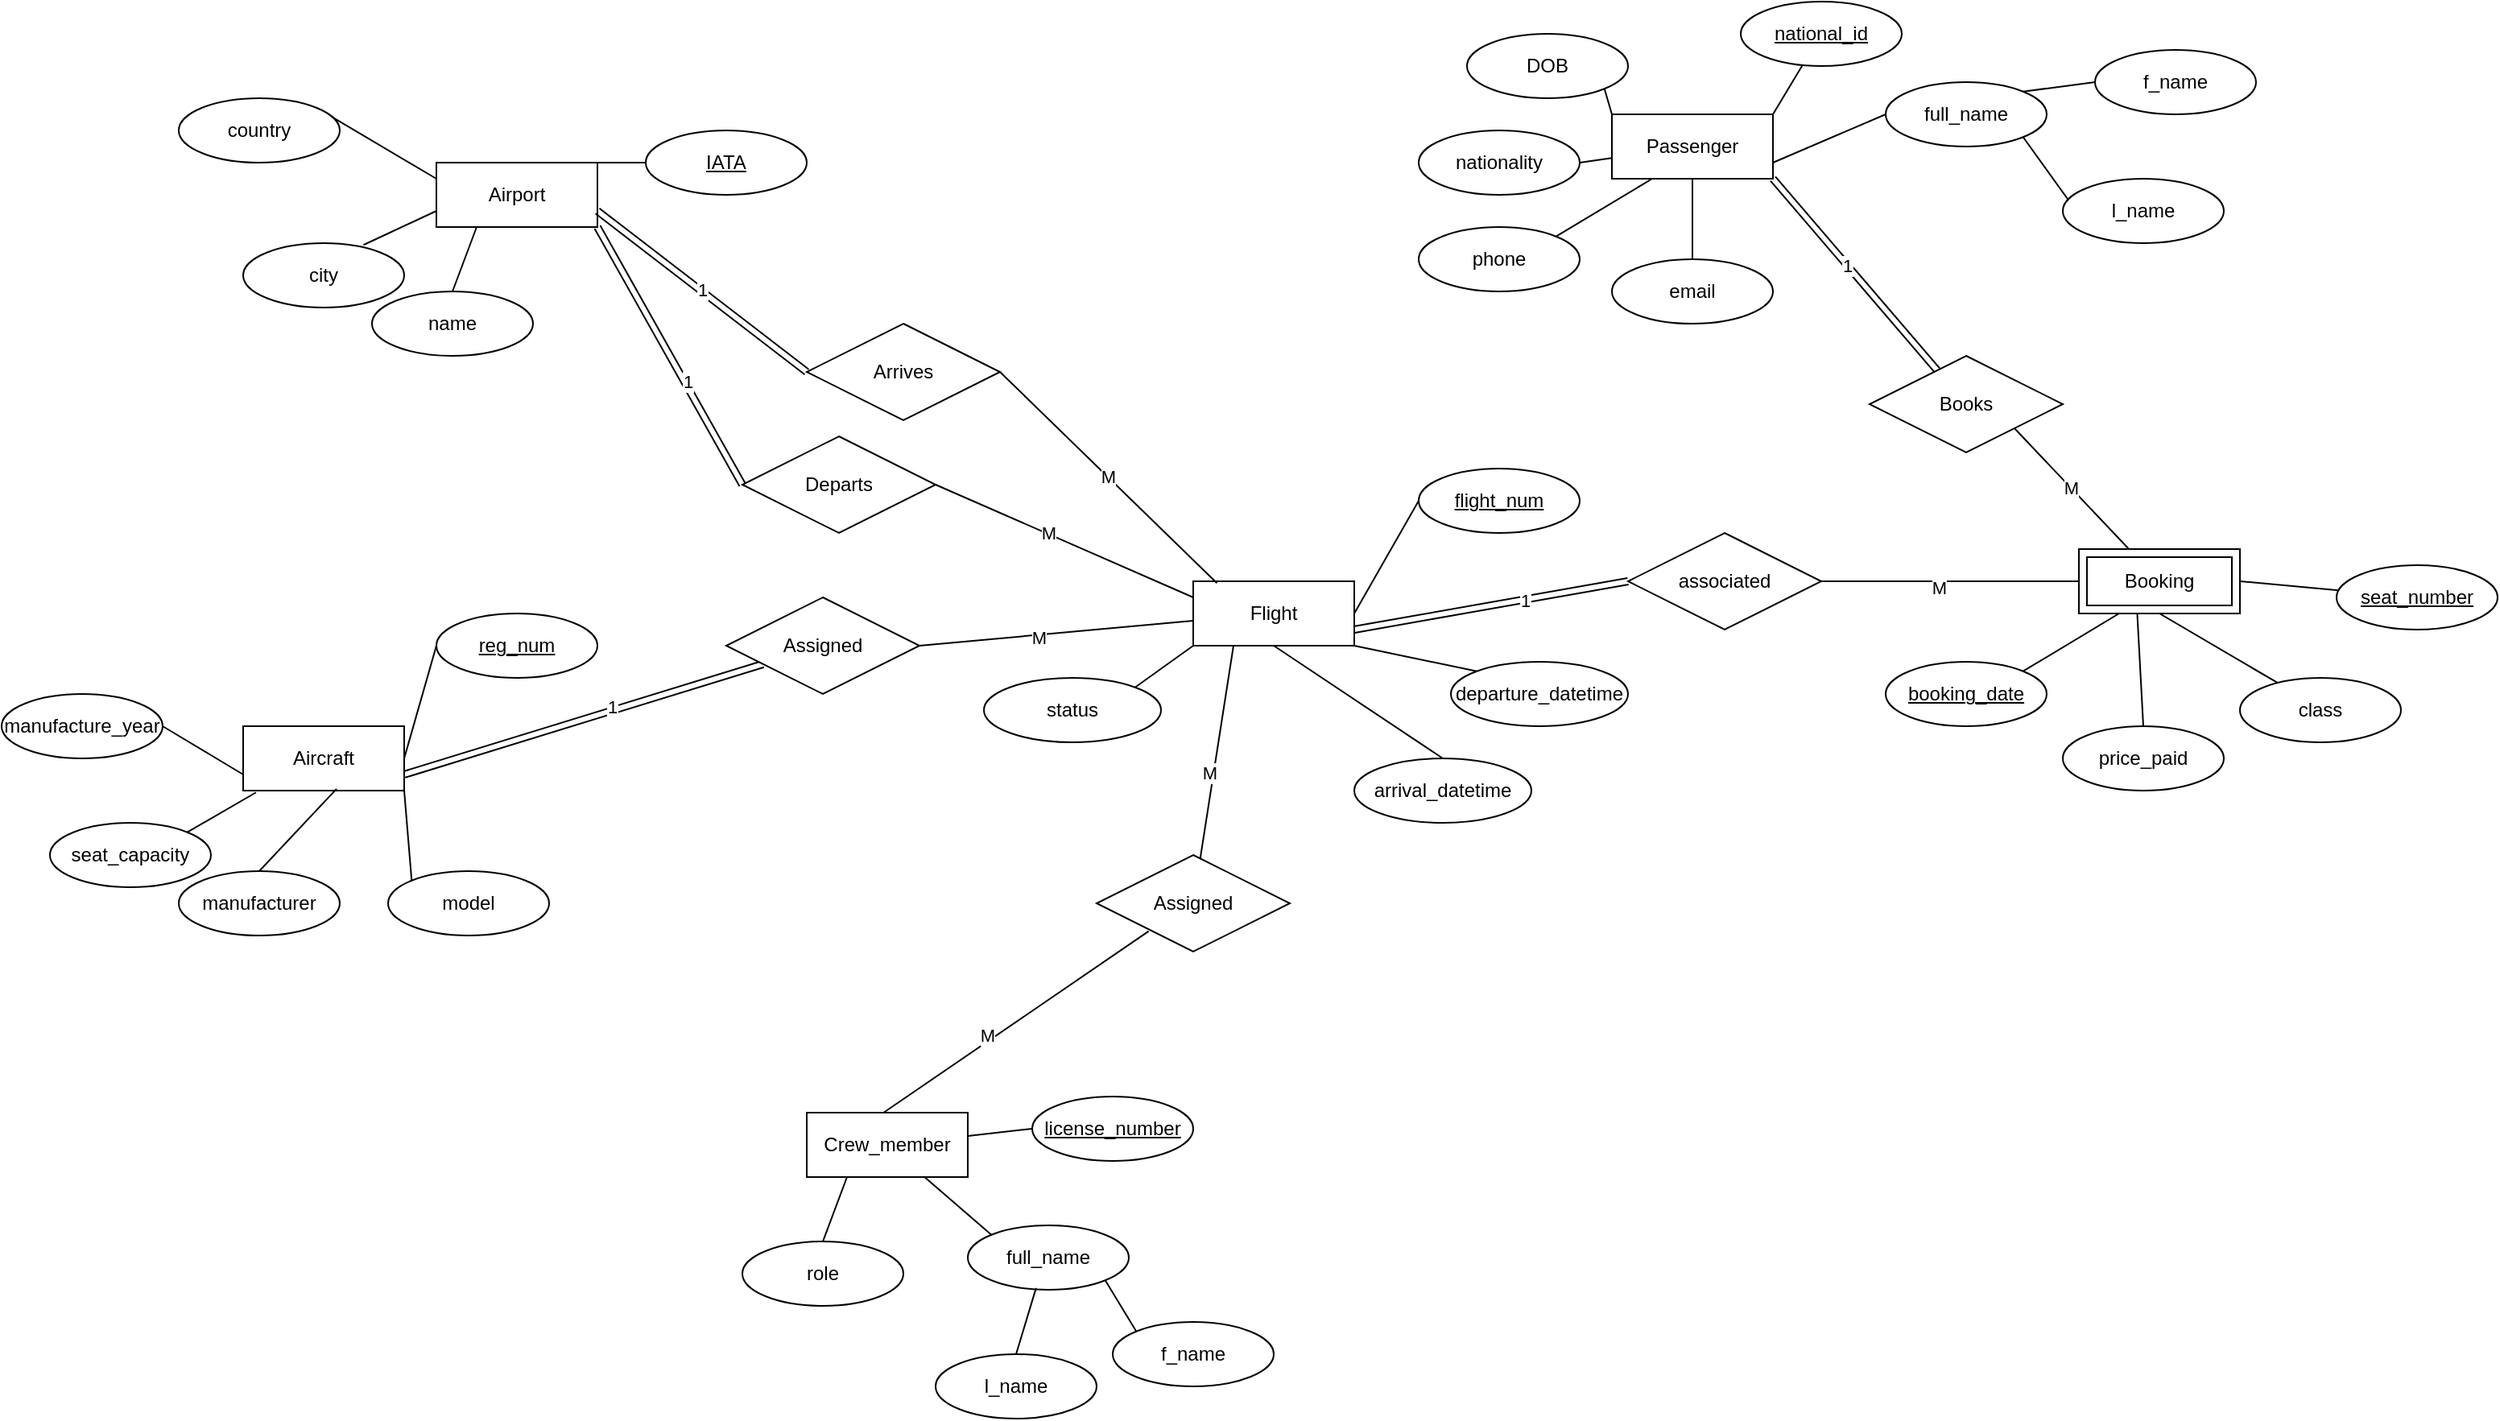
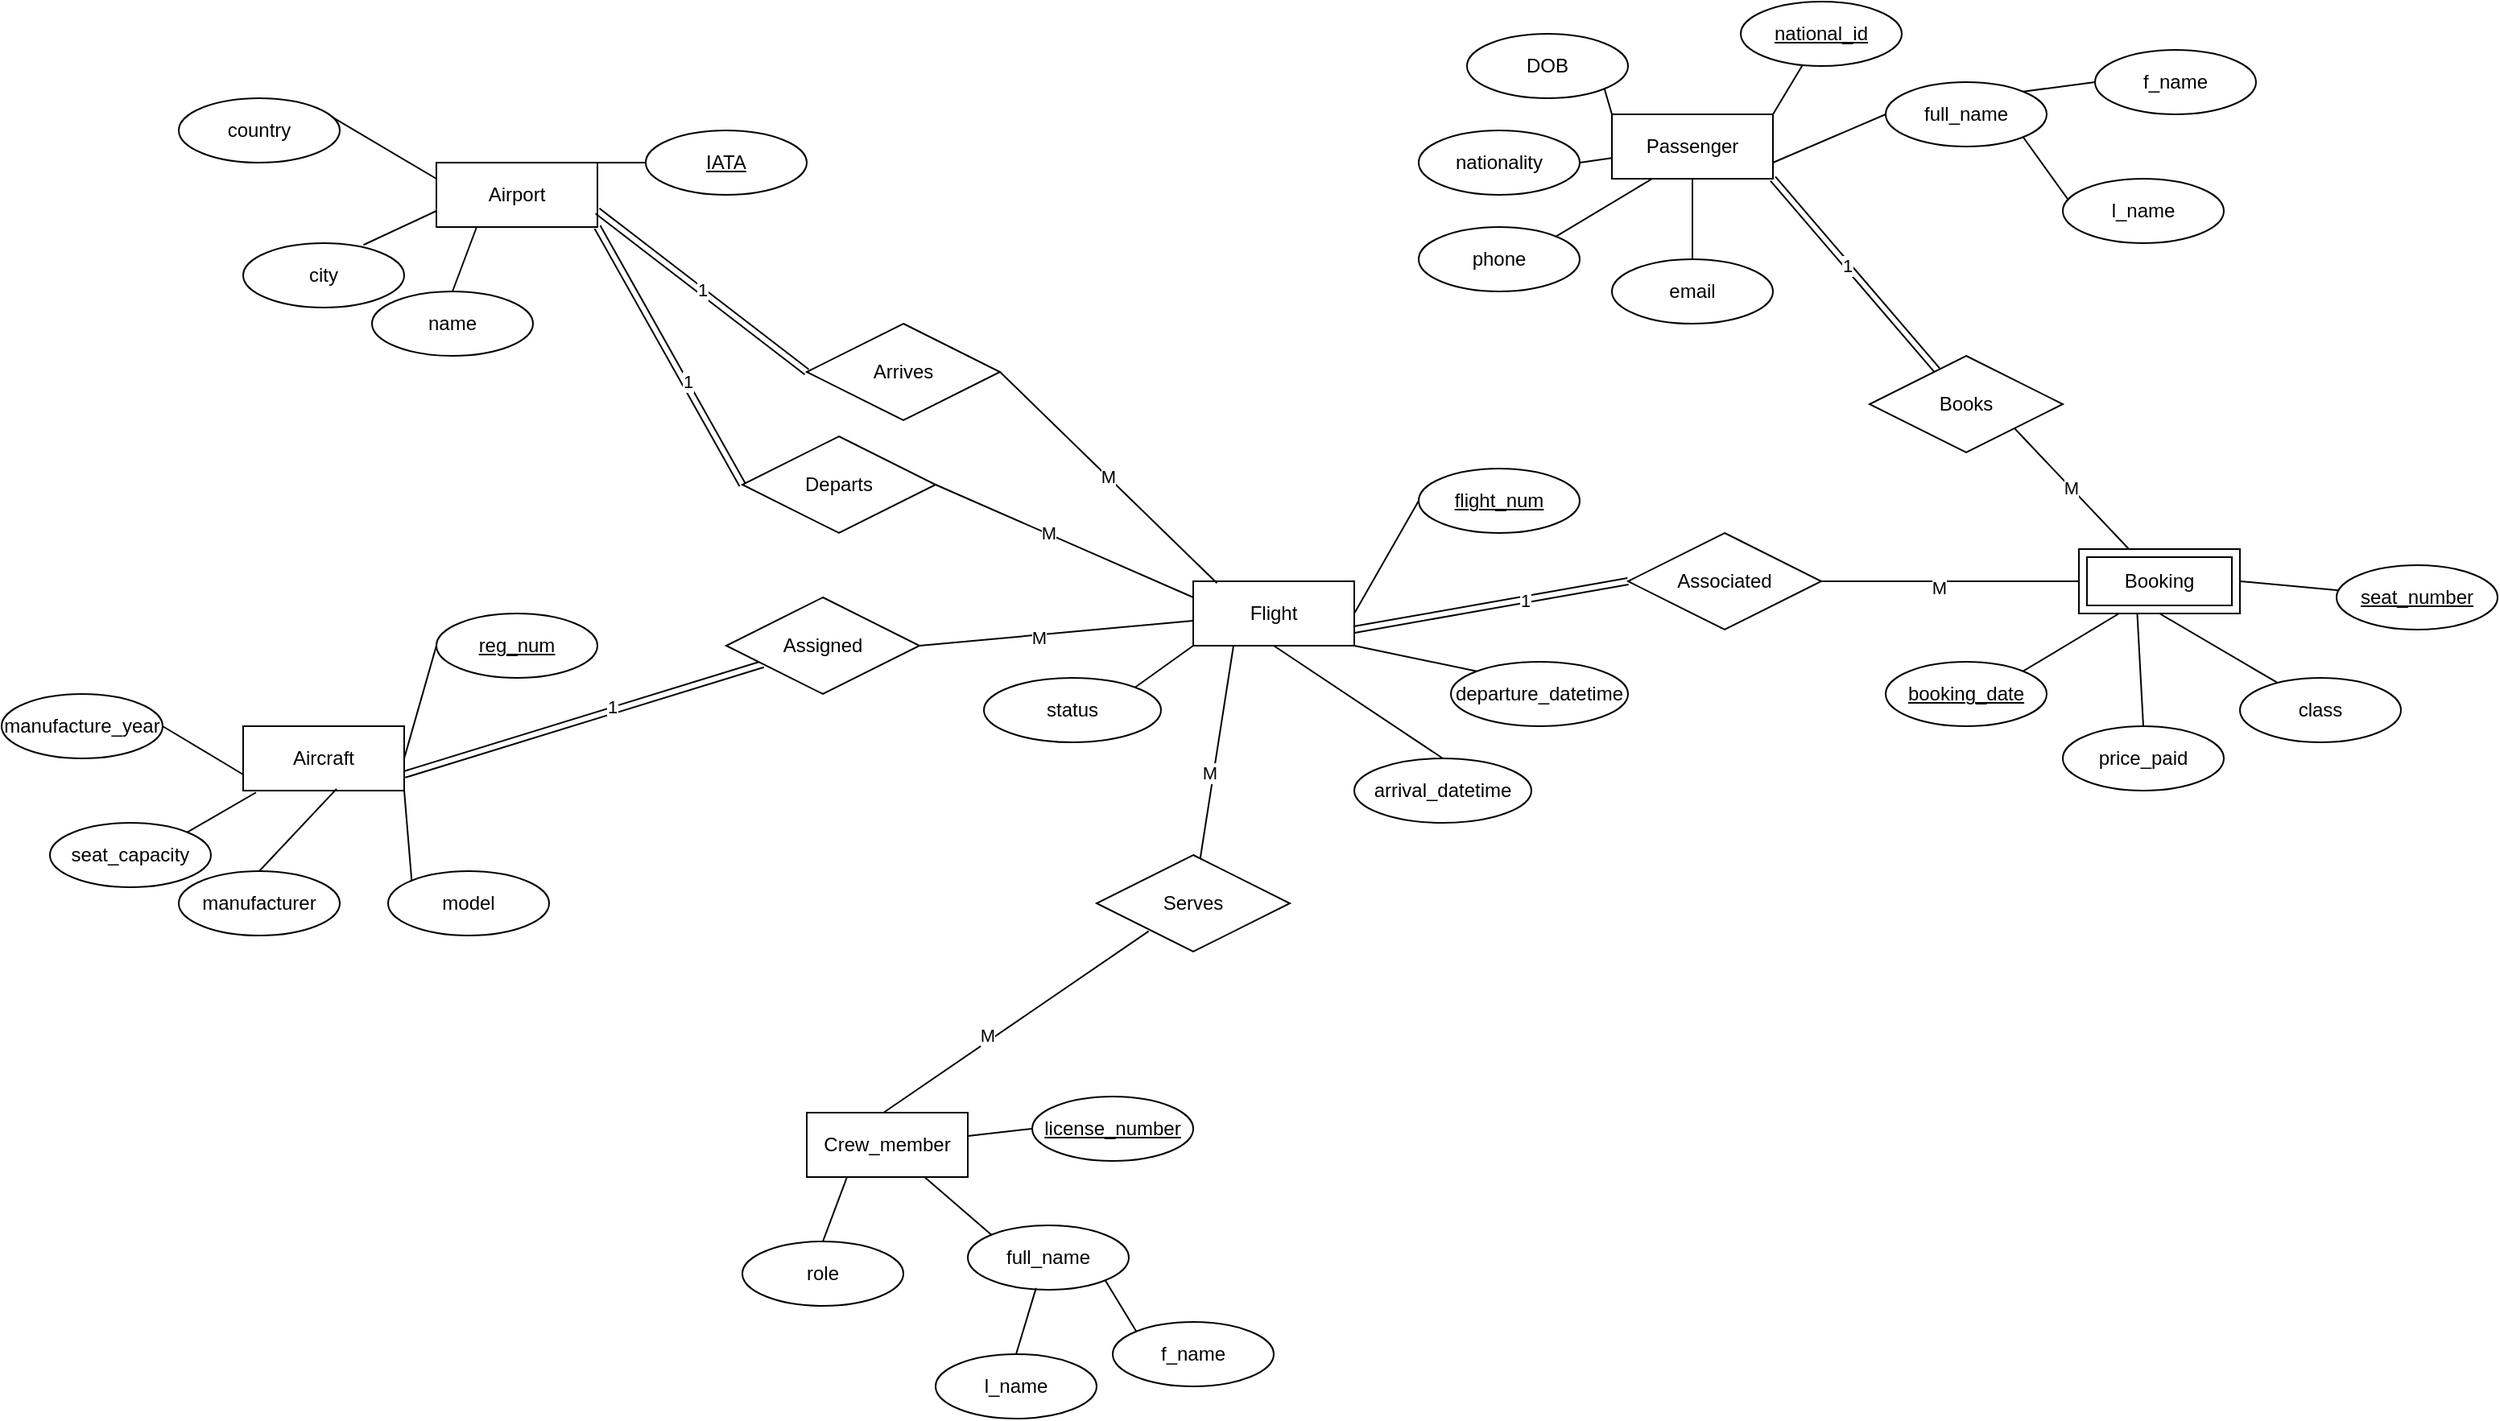
<mxfile host="app.diagrams.net">
  <diagram name="Page-1" id="9Ez2V5EcepmFkt350dfW">
    <mxGraphModel dx="1870" dy="1045" grid="1" gridSize="10" guides="1" tooltips="1" connect="1" arrows="1" fold="1" page="1" pageScale="1" pageWidth="850" pageHeight="1100" math="0" shadow="0">
      <root>
        <mxCell id="0" />
        <mxCell id="1" parent="0" />
        <mxCell id="-5EN979a6P4eX3SqTBvW-93" edge="1" parent="1" source="-5EN979a6P4eX3SqTBvW-1" style="edgeStyle=none;rounded=0;orthogonalLoop=1;jettySize=auto;html=1;exitX=0.25;exitY=1;exitDx=0;exitDy=0;endArrow=none;endFill=0;" target="-5EN979a6P4eX3SqTBvW-92">
          <mxGeometry relative="1" as="geometry" />
        </mxCell>
        <mxCell id="-5EN979a6P4eX3SqTBvW-102" connectable="0" parent="-5EN979a6P4eX3SqTBvW-93" style="edgeLabel;html=1;align=center;verticalAlign=middle;resizable=0;points=[];" value="M" vertex="1">
          <mxGeometry relative="1" x="0.1972" y="-3" as="geometry">
            <mxPoint as="offset" />
          </mxGeometry>
        </mxCell>
        <mxCell id="-5EN979a6P4eX3SqTBvW-96" edge="1" parent="1" source="-5EN979a6P4eX3SqTBvW-1" style="edgeStyle=none;rounded=0;orthogonalLoop=1;jettySize=auto;html=1;exitX=1;exitY=0.75;exitDx=0;exitDy=0;entryX=0;entryY=0.5;entryDx=0;entryDy=0;endArrow=none;endFill=0;shape=link;" target="-5EN979a6P4eX3SqTBvW-95">
          <mxGeometry relative="1" as="geometry" />
        </mxCell>
        <mxCell id="-5EN979a6P4eX3SqTBvW-104" connectable="0" parent="-5EN979a6P4eX3SqTBvW-96" style="edgeLabel;html=1;align=center;verticalAlign=middle;resizable=0;points=[];" value="1" vertex="1">
          <mxGeometry relative="1" x="0.2456" as="geometry">
            <mxPoint as="offset" />
          </mxGeometry>
        </mxCell>
        <mxCell id="-5EN979a6P4eX3SqTBvW-1" parent="1" style="whiteSpace=wrap;html=1;align=center;" value="Flight" vertex="1">
          <mxGeometry height="40" width="100" x="630" y="390" as="geometry" />
        </mxCell>
        <mxCell id="-5EN979a6P4eX3SqTBvW-80" edge="1" parent="1" source="-5EN979a6P4eX3SqTBvW-2" style="edgeStyle=none;rounded=0;orthogonalLoop=1;jettySize=auto;html=1;exitX=1;exitY=1;exitDx=0;exitDy=0;entryX=0;entryY=0.5;entryDx=0;entryDy=0;endArrow=none;endFill=0;shape=link;" target="-5EN979a6P4eX3SqTBvW-81">
          <mxGeometry relative="1" as="geometry">
            <mxPoint x="390" y="260" as="targetPoint" />
          </mxGeometry>
        </mxCell>
        <mxCell id="-5EN979a6P4eX3SqTBvW-91" connectable="0" parent="-5EN979a6P4eX3SqTBvW-80" style="edgeLabel;html=1;align=center;verticalAlign=middle;resizable=0;points=[];" value="1" vertex="1">
          <mxGeometry relative="1" x="0.208" y="2" as="geometry">
            <mxPoint as="offset" />
          </mxGeometry>
        </mxCell>
        <mxCell id="-5EN979a6P4eX3SqTBvW-2" parent="1" style="whiteSpace=wrap;html=1;align=center;" value="Airport" vertex="1">
          <mxGeometry height="40" width="100" x="160" y="130" as="geometry" />
        </mxCell>
        <mxCell id="-5EN979a6P4eX3SqTBvW-45" edge="1" parent="1" source="-5EN979a6P4eX3SqTBvW-4" style="edgeStyle=none;rounded=0;orthogonalLoop=1;jettySize=auto;html=1;exitX=1;exitY=0;exitDx=0;exitDy=0;endArrow=none;endFill=0;" target="-5EN979a6P4eX3SqTBvW-38">
          <mxGeometry relative="1" as="geometry" />
        </mxCell>
        <mxCell id="-5EN979a6P4eX3SqTBvW-46" edge="1" parent="1" source="-5EN979a6P4eX3SqTBvW-4" style="edgeStyle=none;rounded=0;orthogonalLoop=1;jettySize=auto;html=1;exitX=1;exitY=0.75;exitDx=0;exitDy=0;entryX=0;entryY=0.5;entryDx=0;entryDy=0;endArrow=none;endFill=0;" target="-5EN979a6P4eX3SqTBvW-40">
          <mxGeometry relative="1" as="geometry" />
        </mxCell>
        <mxCell id="-5EN979a6P4eX3SqTBvW-99" edge="1" parent="1" source="-5EN979a6P4eX3SqTBvW-4" style="edgeStyle=none;rounded=0;orthogonalLoop=1;jettySize=auto;html=1;exitX=1;exitY=1;exitDx=0;exitDy=0;endArrow=none;endFill=0;shape=link;" target="-5EN979a6P4eX3SqTBvW-98">
          <mxGeometry relative="1" as="geometry" />
        </mxCell>
        <mxCell id="-5EN979a6P4eX3SqTBvW-105" connectable="0" parent="-5EN979a6P4eX3SqTBvW-99" style="edgeLabel;html=1;align=center;verticalAlign=middle;resizable=0;points=[];" value="1" vertex="1">
          <mxGeometry relative="1" x="-0.1035" as="geometry">
            <mxPoint as="offset" />
          </mxGeometry>
        </mxCell>
        <mxCell id="-5EN979a6P4eX3SqTBvW-4" parent="1" style="whiteSpace=wrap;html=1;align=center;" value="Passenger" vertex="1">
          <mxGeometry height="40" width="100" x="890" y="100" as="geometry" />
        </mxCell>
        <mxCell id="-5EN979a6P4eX3SqTBvW-77" edge="1" parent="1" source="-5EN979a6P4eX3SqTBvW-5" style="edgeStyle=none;rounded=0;orthogonalLoop=1;jettySize=auto;html=1;exitX=1;exitY=0.75;exitDx=0;exitDy=0;endArrow=none;endFill=0;shape=link;" target="-5EN979a6P4eX3SqTBvW-78">
          <mxGeometry relative="1" as="geometry">
            <mxPoint x="340" y="390" as="targetPoint" />
          </mxGeometry>
        </mxCell>
        <mxCell id="-5EN979a6P4eX3SqTBvW-84" connectable="0" parent="-5EN979a6P4eX3SqTBvW-77" style="edgeLabel;html=1;align=center;verticalAlign=middle;resizable=0;points=[];" value="1" vertex="1">
          <mxGeometry relative="1" x="0.1609" y="3" as="geometry">
            <mxPoint as="offset" />
          </mxGeometry>
        </mxCell>
        <mxCell id="-5EN979a6P4eX3SqTBvW-5" parent="1" style="whiteSpace=wrap;html=1;align=center;" value="Aircraft" vertex="1">
          <mxGeometry height="40" width="100" x="40" y="480" as="geometry" />
        </mxCell>
        <mxCell id="-5EN979a6P4eX3SqTBvW-6" parent="1" style="whiteSpace=wrap;html=1;align=center;" value="Crew_m&lt;span style=&quot;background-color: transparent; color: light-dark(rgb(0, 0, 0), rgb(255, 255, 255));&quot;&gt;ember&lt;/span&gt;" vertex="1">
          <mxGeometry height="40" width="100" x="390" y="720" as="geometry" />
        </mxCell>
        <mxCell id="-5EN979a6P4eX3SqTBvW-14" edge="1" parent="1" source="-5EN979a6P4eX3SqTBvW-7" style="rounded=0;orthogonalLoop=1;jettySize=auto;html=1;exitX=0;exitY=0.5;exitDx=0;exitDy=0;entryX=1;entryY=0;entryDx=0;entryDy=0;endArrow=none;endFill=0;" target="-5EN979a6P4eX3SqTBvW-2">
          <mxGeometry relative="1" as="geometry" />
        </mxCell>
        <mxCell id="-5EN979a6P4eX3SqTBvW-7" parent="1" style="ellipse;whiteSpace=wrap;html=1;align=center;fontStyle=4;" value="IATA" vertex="1">
          <mxGeometry height="40" width="100" x="290" y="110" as="geometry" />
        </mxCell>
        <mxCell id="-5EN979a6P4eX3SqTBvW-13" edge="1" parent="1" source="-5EN979a6P4eX3SqTBvW-8" style="rounded=0;orthogonalLoop=1;jettySize=auto;html=1;exitX=0.5;exitY=0;exitDx=0;exitDy=0;endArrow=none;endFill=0;entryX=0.25;entryY=1;entryDx=0;entryDy=0;" target="-5EN979a6P4eX3SqTBvW-2">
          <mxGeometry relative="1" as="geometry">
            <mxPoint x="190" y="180" as="targetPoint" />
          </mxGeometry>
        </mxCell>
        <mxCell id="-5EN979a6P4eX3SqTBvW-8" parent="1" style="ellipse;whiteSpace=wrap;html=1;align=center;" value="name" vertex="1">
          <mxGeometry height="40" width="100" x="120" y="210" as="geometry" />
        </mxCell>
        <mxCell id="-5EN979a6P4eX3SqTBvW-9" parent="1" style="ellipse;whiteSpace=wrap;html=1;align=center;" value="city" vertex="1">
          <mxGeometry height="40" width="100" x="40" y="180" as="geometry" />
        </mxCell>
        <mxCell id="-5EN979a6P4eX3SqTBvW-11" edge="1" parent="1" source="-5EN979a6P4eX3SqTBvW-10" style="rounded=0;orthogonalLoop=1;jettySize=auto;html=1;exitX=1;exitY=0;exitDx=0;exitDy=0;entryX=0;entryY=0.25;entryDx=0;entryDy=0;endArrow=none;endFill=0;" target="-5EN979a6P4eX3SqTBvW-2">
          <mxGeometry relative="1" as="geometry" />
        </mxCell>
        <mxCell id="-5EN979a6P4eX3SqTBvW-10" parent="1" style="ellipse;whiteSpace=wrap;html=1;align=center;" value="country" vertex="1">
          <mxGeometry height="40" width="100" y="90" as="geometry" />
        </mxCell>
        <mxCell id="-5EN979a6P4eX3SqTBvW-12" edge="1" parent="1" source="-5EN979a6P4eX3SqTBvW-9" style="rounded=0;orthogonalLoop=1;jettySize=auto;html=1;entryX=0;entryY=0.75;entryDx=0;entryDy=0;endArrow=none;endFill=0;exitX=0.747;exitY=0.028;exitDx=0;exitDy=0;exitPerimeter=0;" target="-5EN979a6P4eX3SqTBvW-2">
          <mxGeometry relative="1" as="geometry">
            <mxPoint x="120" y="186" as="sourcePoint" />
          </mxGeometry>
        </mxCell>
        <mxCell id="-5EN979a6P4eX3SqTBvW-26" edge="1" parent="1" source="-5EN979a6P4eX3SqTBvW-15" style="edgeStyle=none;rounded=0;orthogonalLoop=1;jettySize=auto;html=1;exitX=0;exitY=0.5;exitDx=0;exitDy=0;entryX=1;entryY=0.5;entryDx=0;entryDy=0;endArrow=none;endFill=0;" target="-5EN979a6P4eX3SqTBvW-5">
          <mxGeometry relative="1" as="geometry" />
        </mxCell>
        <mxCell id="-5EN979a6P4eX3SqTBvW-15" parent="1" style="ellipse;whiteSpace=wrap;html=1;align=center;fontStyle=4;" value="reg_num" vertex="1">
          <mxGeometry height="40" width="100" x="160" y="410" as="geometry" />
        </mxCell>
        <mxCell id="-5EN979a6P4eX3SqTBvW-25" edge="1" parent="1" source="-5EN979a6P4eX3SqTBvW-17" style="edgeStyle=none;rounded=0;orthogonalLoop=1;jettySize=auto;html=1;exitX=0;exitY=0;exitDx=0;exitDy=0;entryX=1;entryY=1;entryDx=0;entryDy=0;endArrow=none;endFill=0;" target="-5EN979a6P4eX3SqTBvW-5">
          <mxGeometry relative="1" as="geometry" />
        </mxCell>
        <mxCell id="-5EN979a6P4eX3SqTBvW-17" parent="1" style="ellipse;whiteSpace=wrap;html=1;align=center;" value="model" vertex="1">
          <mxGeometry height="40" width="100" x="130" y="570" as="geometry" />
        </mxCell>
        <mxCell id="-5EN979a6P4eX3SqTBvW-18" parent="1" style="ellipse;whiteSpace=wrap;html=1;align=center;" value="manufacturer" vertex="1">
          <mxGeometry height="40" width="100" y="570" as="geometry" />
        </mxCell>
        <mxCell id="-5EN979a6P4eX3SqTBvW-19" parent="1" style="ellipse;whiteSpace=wrap;html=1;align=center;" value="seat&lt;span style=&quot;background-color: transparent; color: light-dark(rgb(0, 0, 0), rgb(255, 255, 255));&quot;&gt;_capacity&lt;/span&gt;" vertex="1">
          <mxGeometry height="40" width="100" x="-80" y="540" as="geometry" />
        </mxCell>
        <mxCell id="-5EN979a6P4eX3SqTBvW-22" edge="1" parent="1" source="-5EN979a6P4eX3SqTBvW-20" style="edgeStyle=none;rounded=0;orthogonalLoop=1;jettySize=auto;html=1;exitX=1;exitY=0.5;exitDx=0;exitDy=0;entryX=0;entryY=0.75;entryDx=0;entryDy=0;endArrow=none;endFill=0;" target="-5EN979a6P4eX3SqTBvW-5">
          <mxGeometry relative="1" as="geometry" />
        </mxCell>
        <mxCell id="-5EN979a6P4eX3SqTBvW-20" parent="1" style="ellipse;whiteSpace=wrap;html=1;align=center;" value="manufacture_year" vertex="1">
          <mxGeometry height="40" width="100" x="-110" y="460" as="geometry" />
        </mxCell>
        <mxCell id="-5EN979a6P4eX3SqTBvW-24" edge="1" parent="1" source="-5EN979a6P4eX3SqTBvW-18" style="edgeStyle=none;rounded=0;orthogonalLoop=1;jettySize=auto;html=1;exitX=0.5;exitY=0;exitDx=0;exitDy=0;entryX=0.58;entryY=0.973;entryDx=0;entryDy=0;entryPerimeter=0;endArrow=none;endFill=0;" target="-5EN979a6P4eX3SqTBvW-5">
          <mxGeometry relative="1" as="geometry" />
        </mxCell>
        <mxCell id="-5EN979a6P4eX3SqTBvW-36" edge="1" parent="1" source="-5EN979a6P4eX3SqTBvW-27" style="edgeStyle=none;rounded=0;orthogonalLoop=1;jettySize=auto;html=1;exitX=0;exitY=0.5;exitDx=0;exitDy=0;entryX=1;entryY=0.5;entryDx=0;entryDy=0;endArrow=none;endFill=0;" target="-5EN979a6P4eX3SqTBvW-1">
          <mxGeometry relative="1" as="geometry" />
        </mxCell>
        <mxCell id="-5EN979a6P4eX3SqTBvW-27" parent="1" style="ellipse;whiteSpace=wrap;html=1;align=center;fontStyle=4;" value="flight_num" vertex="1">
          <mxGeometry height="40" width="100" x="770" y="320" as="geometry" />
        </mxCell>
        <mxCell id="-5EN979a6P4eX3SqTBvW-35" edge="1" parent="1" source="-5EN979a6P4eX3SqTBvW-28" style="edgeStyle=none;rounded=0;orthogonalLoop=1;jettySize=auto;html=1;exitX=0;exitY=0;exitDx=0;exitDy=0;entryX=1;entryY=1;entryDx=0;entryDy=0;endArrow=none;endFill=0;" target="-5EN979a6P4eX3SqTBvW-1">
          <mxGeometry relative="1" as="geometry" />
        </mxCell>
        <mxCell id="-5EN979a6P4eX3SqTBvW-28" parent="1" style="ellipse;whiteSpace=wrap;html=1;align=center;" value="departure_datetime" vertex="1">
          <mxGeometry height="40" width="110" x="790" y="440" as="geometry" />
        </mxCell>
        <mxCell id="-5EN979a6P4eX3SqTBvW-29" parent="1" style="ellipse;whiteSpace=wrap;html=1;align=center;" value="arrival_datetime" vertex="1">
          <mxGeometry height="40" width="110" x="730" y="500" as="geometry" />
        </mxCell>
        <mxCell id="-5EN979a6P4eX3SqTBvW-32" edge="1" parent="1" source="-5EN979a6P4eX3SqTBvW-30" style="edgeStyle=none;rounded=0;orthogonalLoop=1;jettySize=auto;html=1;exitX=1;exitY=0;exitDx=0;exitDy=0;entryX=0;entryY=1;entryDx=0;entryDy=0;endArrow=none;endFill=0;" target="-5EN979a6P4eX3SqTBvW-1">
          <mxGeometry relative="1" as="geometry" />
        </mxCell>
        <mxCell id="-5EN979a6P4eX3SqTBvW-30" parent="1" style="ellipse;whiteSpace=wrap;html=1;align=center;" value="status" vertex="1">
          <mxGeometry height="40" width="110" x="500" y="450" as="geometry" />
        </mxCell>
        <mxCell id="-5EN979a6P4eX3SqTBvW-31" edge="1" parent="1" source="-5EN979a6P4eX3SqTBvW-30" style="edgeStyle=none;rounded=0;orthogonalLoop=1;jettySize=auto;html=1;exitX=1;exitY=1;exitDx=0;exitDy=0;" target="-5EN979a6P4eX3SqTBvW-30">
          <mxGeometry relative="1" as="geometry" />
        </mxCell>
        <mxCell id="-5EN979a6P4eX3SqTBvW-33" edge="1" parent="1" source="-5EN979a6P4eX3SqTBvW-19" style="edgeStyle=none;rounded=0;orthogonalLoop=1;jettySize=auto;html=1;exitX=1;exitY=0;exitDx=0;exitDy=0;entryX=0.08;entryY=1.028;entryDx=0;entryDy=0;entryPerimeter=0;endArrow=none;endFill=0;" target="-5EN979a6P4eX3SqTBvW-5">
          <mxGeometry relative="1" as="geometry" />
        </mxCell>
        <mxCell id="-5EN979a6P4eX3SqTBvW-34" edge="1" parent="1" source="-5EN979a6P4eX3SqTBvW-29" style="edgeStyle=none;rounded=0;orthogonalLoop=1;jettySize=auto;html=1;exitX=0.5;exitY=0;exitDx=0;exitDy=0;endArrow=none;endFill=0;entryX=0.5;entryY=1;entryDx=0;entryDy=0;" target="-5EN979a6P4eX3SqTBvW-1">
          <mxGeometry relative="1" as="geometry">
            <mxPoint x="670" y="450" as="targetPoint" />
          </mxGeometry>
        </mxCell>
        <mxCell id="-5EN979a6P4eX3SqTBvW-38" parent="1" style="ellipse;whiteSpace=wrap;html=1;align=center;fontStyle=4;" value="national_id" vertex="1">
          <mxGeometry height="40" width="100" x="970" y="30" as="geometry" />
        </mxCell>
        <mxCell id="-5EN979a6P4eX3SqTBvW-71" edge="1" parent="1" source="-5EN979a6P4eX3SqTBvW-40" style="edgeStyle=none;rounded=0;orthogonalLoop=1;jettySize=auto;html=1;exitX=1;exitY=0;exitDx=0;exitDy=0;entryX=0;entryY=0.5;entryDx=0;entryDy=0;endArrow=none;endFill=0;" target="-5EN979a6P4eX3SqTBvW-70">
          <mxGeometry relative="1" as="geometry" />
        </mxCell>
        <mxCell id="-5EN979a6P4eX3SqTBvW-40" parent="1" style="ellipse;whiteSpace=wrap;html=1;align=center;" value="full_name" vertex="1">
          <mxGeometry height="40" width="100" x="1060" y="80" as="geometry" />
        </mxCell>
        <mxCell id="-5EN979a6P4eX3SqTBvW-41" parent="1" style="ellipse;whiteSpace=wrap;html=1;align=center;" value="email" vertex="1">
          <mxGeometry height="40" width="100" x="890" y="190" as="geometry" />
        </mxCell>
        <mxCell id="-5EN979a6P4eX3SqTBvW-49" edge="1" parent="1" source="-5EN979a6P4eX3SqTBvW-42" style="edgeStyle=none;rounded=0;orthogonalLoop=1;jettySize=auto;html=1;exitX=1;exitY=0.5;exitDx=0;exitDy=0;endArrow=none;endFill=0;" target="-5EN979a6P4eX3SqTBvW-4">
          <mxGeometry relative="1" as="geometry" />
        </mxCell>
        <mxCell id="-5EN979a6P4eX3SqTBvW-42" parent="1" style="ellipse;whiteSpace=wrap;html=1;align=center;" value="nationality" vertex="1">
          <mxGeometry height="40" width="100" x="770" y="110" as="geometry" />
        </mxCell>
        <mxCell id="-5EN979a6P4eX3SqTBvW-48" edge="1" parent="1" source="-5EN979a6P4eX3SqTBvW-43" style="edgeStyle=none;rounded=0;orthogonalLoop=1;jettySize=auto;html=1;exitX=1;exitY=0;exitDx=0;exitDy=0;entryX=0.25;entryY=1;entryDx=0;entryDy=0;endArrow=none;endFill=0;" target="-5EN979a6P4eX3SqTBvW-4">
          <mxGeometry relative="1" as="geometry" />
        </mxCell>
        <mxCell id="-5EN979a6P4eX3SqTBvW-43" parent="1" style="ellipse;whiteSpace=wrap;html=1;align=center;" value="phone" vertex="1">
          <mxGeometry height="40" width="100" x="770" y="170" as="geometry" />
        </mxCell>
        <mxCell id="-5EN979a6P4eX3SqTBvW-50" edge="1" parent="1" source="-5EN979a6P4eX3SqTBvW-44" style="edgeStyle=none;rounded=0;orthogonalLoop=1;jettySize=auto;html=1;exitX=1;exitY=1;exitDx=0;exitDy=0;entryX=0;entryY=0;entryDx=0;entryDy=0;endArrow=none;endFill=0;" target="-5EN979a6P4eX3SqTBvW-4">
          <mxGeometry relative="1" as="geometry" />
        </mxCell>
        <mxCell id="-5EN979a6P4eX3SqTBvW-44" parent="1" style="ellipse;whiteSpace=wrap;html=1;align=center;" value="DOB" vertex="1">
          <mxGeometry height="40" width="100" x="800" y="50" as="geometry" />
        </mxCell>
        <mxCell id="-5EN979a6P4eX3SqTBvW-47" edge="1" parent="1" source="-5EN979a6P4eX3SqTBvW-4" style="edgeStyle=none;rounded=0;orthogonalLoop=1;jettySize=auto;html=1;exitX=0.5;exitY=1;exitDx=0;exitDy=0;endArrow=none;endFill=0;entryX=0.5;entryY=0;entryDx=0;entryDy=0;" target="-5EN979a6P4eX3SqTBvW-41">
          <mxGeometry relative="1" as="geometry">
            <mxPoint x="960" y="180" as="targetPoint" />
          </mxGeometry>
        </mxCell>
        <mxCell id="-5EN979a6P4eX3SqTBvW-56" edge="1" parent="1" source="-5EN979a6P4eX3SqTBvW-112" style="edgeStyle=none;rounded=0;orthogonalLoop=1;jettySize=auto;html=1;endArrow=none;endFill=0;entryX=1;entryY=0.5;entryDx=0;entryDy=0;" target="-5EN979a6P4eX3SqTBvW-111">
          <mxGeometry relative="1" as="geometry">
            <mxPoint x="1320" y="390" as="sourcePoint" />
            <mxPoint x="1270" y="390" as="targetPoint" />
          </mxGeometry>
        </mxCell>
        <mxCell id="-5EN979a6P4eX3SqTBvW-57" edge="1" parent="1" source="-5EN979a6P4eX3SqTBvW-52" style="edgeStyle=none;rounded=0;orthogonalLoop=1;jettySize=auto;html=1;exitX=0.258;exitY=0.112;exitDx=0;exitDy=0;exitPerimeter=0;endArrow=none;endFill=0;entryX=0.5;entryY=1;entryDx=0;entryDy=0;" target="-5EN979a6P4eX3SqTBvW-111">
          <mxGeometry relative="1" as="geometry">
            <mxPoint x="1256" y="410" as="targetPoint" />
          </mxGeometry>
        </mxCell>
        <mxCell id="-5EN979a6P4eX3SqTBvW-52" parent="1" style="ellipse;whiteSpace=wrap;html=1;align=center;" value="class" vertex="1">
          <mxGeometry height="40" width="100" x="1280" y="450" as="geometry" />
        </mxCell>
        <mxCell id="-5EN979a6P4eX3SqTBvW-59" edge="1" parent="1" source="-5EN979a6P4eX3SqTBvW-53" style="edgeStyle=none;rounded=0;orthogonalLoop=1;jettySize=auto;html=1;exitX=0.5;exitY=0;exitDx=0;exitDy=0;endArrow=none;endFill=0;entryX=0.362;entryY=0.99;entryDx=0;entryDy=0;entryPerimeter=0;" target="-5EN979a6P4eX3SqTBvW-111">
          <mxGeometry relative="1" as="geometry">
            <mxPoint x="1220" y="410" as="targetPoint" />
          </mxGeometry>
        </mxCell>
        <mxCell id="-5EN979a6P4eX3SqTBvW-53" parent="1" style="ellipse;whiteSpace=wrap;html=1;align=center;" value="price_paid" vertex="1">
          <mxGeometry height="40" width="100" x="1170" y="480" as="geometry" />
        </mxCell>
        <mxCell id="-5EN979a6P4eX3SqTBvW-54" parent="1" style="ellipse;whiteSpace=wrap;html=1;align=center;" value="&lt;u&gt;booking_date&lt;/u&gt;" vertex="1">
          <mxGeometry height="40" width="100" x="1060" y="440" as="geometry" />
        </mxCell>
        <mxCell id="-5EN979a6P4eX3SqTBvW-60" edge="1" parent="1" source="-5EN979a6P4eX3SqTBvW-54" style="edgeStyle=none;rounded=0;orthogonalLoop=1;jettySize=auto;html=1;exitX=1;exitY=0;exitDx=0;exitDy=0;entryX=0.25;entryY=1;entryDx=0;entryDy=0;endArrow=none;endFill=0;" target="-5EN979a6P4eX3SqTBvW-111">
          <mxGeometry relative="1" as="geometry">
            <mxPoint x="1170" y="410" as="targetPoint" />
          </mxGeometry>
        </mxCell>
        <mxCell id="-5EN979a6P4eX3SqTBvW-65" edge="1" parent="1" source="-5EN979a6P4eX3SqTBvW-61" style="edgeStyle=none;rounded=0;orthogonalLoop=1;jettySize=auto;html=1;exitX=0;exitY=0.5;exitDx=0;exitDy=0;endArrow=none;endFill=0;" target="-5EN979a6P4eX3SqTBvW-6">
          <mxGeometry relative="1" as="geometry" />
        </mxCell>
        <mxCell id="-5EN979a6P4eX3SqTBvW-61" parent="1" style="ellipse;whiteSpace=wrap;html=1;align=center;fontStyle=4;" value="license_number" vertex="1">
          <mxGeometry height="40" width="100" x="530" y="710" as="geometry" />
        </mxCell>
        <mxCell id="-5EN979a6P4eX3SqTBvW-66" edge="1" parent="1" source="-5EN979a6P4eX3SqTBvW-62" style="edgeStyle=none;rounded=0;orthogonalLoop=1;jettySize=auto;html=1;exitX=0;exitY=0;exitDx=0;exitDy=0;endArrow=none;endFill=0;" target="-5EN979a6P4eX3SqTBvW-6">
          <mxGeometry relative="1" as="geometry" />
        </mxCell>
        <mxCell id="-5EN979a6P4eX3SqTBvW-62" parent="1" style="ellipse;whiteSpace=wrap;html=1;align=center;" value="full_name" vertex="1">
          <mxGeometry height="40" width="100" x="490" y="790" as="geometry" />
        </mxCell>
        <mxCell id="-5EN979a6P4eX3SqTBvW-67" edge="1" parent="1" source="-5EN979a6P4eX3SqTBvW-63" style="edgeStyle=none;rounded=0;orthogonalLoop=1;jettySize=auto;html=1;exitX=0.5;exitY=0;exitDx=0;exitDy=0;entryX=0.25;entryY=1;entryDx=0;entryDy=0;endArrow=none;endFill=0;" target="-5EN979a6P4eX3SqTBvW-6">
          <mxGeometry relative="1" as="geometry" />
        </mxCell>
        <mxCell id="-5EN979a6P4eX3SqTBvW-63" parent="1" style="ellipse;whiteSpace=wrap;html=1;align=center;" value="role" vertex="1">
          <mxGeometry height="40" width="100" x="350" y="800" as="geometry" />
        </mxCell>
        <mxCell id="-5EN979a6P4eX3SqTBvW-69" parent="1" style="ellipse;whiteSpace=wrap;html=1;align=center;" value="l_name" vertex="1">
          <mxGeometry height="40" width="100" x="1170" y="140" as="geometry" />
        </mxCell>
        <mxCell id="-5EN979a6P4eX3SqTBvW-70" parent="1" style="ellipse;whiteSpace=wrap;html=1;align=center;" value="f_name" vertex="1">
          <mxGeometry height="40" width="100" x="1190" y="60" as="geometry" />
        </mxCell>
        <mxCell id="-5EN979a6P4eX3SqTBvW-72" edge="1" parent="1" source="-5EN979a6P4eX3SqTBvW-40" style="edgeStyle=none;rounded=0;orthogonalLoop=1;jettySize=auto;html=1;exitX=1;exitY=1;exitDx=0;exitDy=0;entryX=0.036;entryY=0.334;entryDx=0;entryDy=0;entryPerimeter=0;endArrow=none;endFill=0;" target="-5EN979a6P4eX3SqTBvW-69">
          <mxGeometry relative="1" as="geometry" />
        </mxCell>
        <mxCell id="-5EN979a6P4eX3SqTBvW-73" parent="1" style="ellipse;whiteSpace=wrap;html=1;align=center;" value="l_name" vertex="1">
          <mxGeometry height="40" width="100" x="470" y="870" as="geometry" />
        </mxCell>
        <mxCell id="-5EN979a6P4eX3SqTBvW-74" parent="1" style="ellipse;whiteSpace=wrap;html=1;align=center;" value="f_name" vertex="1">
          <mxGeometry height="40" width="100" x="580" y="850" as="geometry" />
        </mxCell>
        <mxCell id="-5EN979a6P4eX3SqTBvW-75" edge="1" parent="1" source="-5EN979a6P4eX3SqTBvW-73" style="edgeStyle=none;rounded=0;orthogonalLoop=1;jettySize=auto;html=1;exitX=0.5;exitY=0;exitDx=0;exitDy=0;entryX=0.424;entryY=0.973;entryDx=0;entryDy=0;entryPerimeter=0;endArrow=none;endFill=0;" target="-5EN979a6P4eX3SqTBvW-62">
          <mxGeometry relative="1" as="geometry" />
        </mxCell>
        <mxCell id="-5EN979a6P4eX3SqTBvW-76" edge="1" parent="1" source="-5EN979a6P4eX3SqTBvW-74" style="edgeStyle=none;rounded=0;orthogonalLoop=1;jettySize=auto;html=1;exitX=0;exitY=0;exitDx=0;exitDy=0;entryX=1;entryY=1;entryDx=0;entryDy=0;endArrow=none;endFill=0;" target="-5EN979a6P4eX3SqTBvW-62">
          <mxGeometry relative="1" as="geometry" />
        </mxCell>
        <mxCell id="-5EN979a6P4eX3SqTBvW-79" edge="1" parent="1" source="-5EN979a6P4eX3SqTBvW-78" style="edgeStyle=none;rounded=0;orthogonalLoop=1;jettySize=auto;html=1;exitX=1;exitY=0.5;exitDx=0;exitDy=0;endArrow=none;endFill=0;" target="-5EN979a6P4eX3SqTBvW-1">
          <mxGeometry relative="1" as="geometry" />
        </mxCell>
        <mxCell id="-5EN979a6P4eX3SqTBvW-116" connectable="0" parent="-5EN979a6P4eX3SqTBvW-79" style="edgeLabel;html=1;align=center;verticalAlign=middle;resizable=0;points=[];" value="M" vertex="1">
          <mxGeometry relative="1" x="-0.1301" y="-1" as="geometry">
            <mxPoint as="offset" />
          </mxGeometry>
        </mxCell>
        <mxCell id="-5EN979a6P4eX3SqTBvW-78" parent="1" style="shape=rhombus;perimeter=rhombusPerimeter;whiteSpace=wrap;html=1;align=center;" value="Assigned" vertex="1">
          <mxGeometry height="60" width="120" x="340" y="400" as="geometry" />
        </mxCell>
        <mxCell id="-5EN979a6P4eX3SqTBvW-82" edge="1" parent="1" source="-5EN979a6P4eX3SqTBvW-81" style="edgeStyle=none;rounded=0;orthogonalLoop=1;jettySize=auto;html=1;exitX=1;exitY=0.5;exitDx=0;exitDy=0;entryX=0;entryY=0.25;entryDx=0;entryDy=0;endArrow=none;endFill=0;" target="-5EN979a6P4eX3SqTBvW-1">
          <mxGeometry relative="1" as="geometry" />
        </mxCell>
        <mxCell id="-5EN979a6P4eX3SqTBvW-88" connectable="0" parent="-5EN979a6P4eX3SqTBvW-82" style="edgeLabel;html=1;align=center;verticalAlign=middle;resizable=0;points=[];" value="M" vertex="1">
          <mxGeometry relative="1" x="-0.1361" y="1" as="geometry">
            <mxPoint as="offset" />
          </mxGeometry>
        </mxCell>
        <mxCell id="-5EN979a6P4eX3SqTBvW-81" parent="1" style="shape=rhombus;perimeter=rhombusPerimeter;whiteSpace=wrap;html=1;align=center;" value="Departs" vertex="1">
          <mxGeometry height="60" width="120" x="350" y="300" as="geometry" />
        </mxCell>
        <mxCell id="-5EN979a6P4eX3SqTBvW-87" edge="1" parent="1" source="-5EN979a6P4eX3SqTBvW-85" style="edgeStyle=none;rounded=0;orthogonalLoop=1;jettySize=auto;html=1;exitX=0;exitY=0.5;exitDx=0;exitDy=0;entryX=1;entryY=0.75;entryDx=0;entryDy=0;endArrow=none;endFill=0;shape=link;" target="-5EN979a6P4eX3SqTBvW-2">
          <mxGeometry relative="1" as="geometry" />
        </mxCell>
        <mxCell id="-5EN979a6P4eX3SqTBvW-90" connectable="0" parent="-5EN979a6P4eX3SqTBvW-87" style="edgeLabel;html=1;align=center;verticalAlign=middle;resizable=0;points=[];" value="1" vertex="1">
          <mxGeometry relative="1" x="0.0167" y="-1" as="geometry">
            <mxPoint as="offset" />
          </mxGeometry>
        </mxCell>
        <mxCell id="-5EN979a6P4eX3SqTBvW-85" parent="1" style="shape=rhombus;perimeter=rhombusPerimeter;whiteSpace=wrap;html=1;align=center;" value="Arrives" vertex="1">
          <mxGeometry height="60" width="120" x="390" y="230" as="geometry" />
        </mxCell>
        <mxCell id="-5EN979a6P4eX3SqTBvW-86" edge="1" parent="1" source="-5EN979a6P4eX3SqTBvW-85" style="edgeStyle=none;rounded=0;orthogonalLoop=1;jettySize=auto;html=1;exitX=1;exitY=0.5;exitDx=0;exitDy=0;entryX=0.147;entryY=0.028;entryDx=0;entryDy=0;entryPerimeter=0;endArrow=none;endFill=0;" target="-5EN979a6P4eX3SqTBvW-1">
          <mxGeometry relative="1" as="geometry" />
        </mxCell>
        <mxCell id="-5EN979a6P4eX3SqTBvW-89" connectable="0" parent="-5EN979a6P4eX3SqTBvW-86" style="edgeLabel;html=1;align=center;verticalAlign=middle;resizable=0;points=[];" value="M" vertex="1">
          <mxGeometry relative="1" x="-0.015" as="geometry">
            <mxPoint as="offset" />
          </mxGeometry>
        </mxCell>
        <mxCell id="-5EN979a6P4eX3SqTBvW-94" edge="1" parent="1" style="edgeStyle=none;rounded=0;orthogonalLoop=1;jettySize=auto;html=1;endArrow=none;endFill=0;entryX=0.5;entryY=0;entryDx=0;entryDy=0;">
          <mxGeometry relative="1" as="geometry">
            <mxPoint x="602.3366666666669" y="607.3333333333335" as="sourcePoint" />
            <mxPoint x="437.67" y="720" as="targetPoint" />
          </mxGeometry>
        </mxCell>
        <mxCell id="-5EN979a6P4eX3SqTBvW-115" connectable="0" parent="-5EN979a6P4eX3SqTBvW-94" style="edgeLabel;html=1;align=center;verticalAlign=middle;resizable=0;points=[];" value="M" vertex="1">
          <mxGeometry relative="1" x="0.2088" y="-4" as="geometry">
            <mxPoint x="1" as="offset" />
          </mxGeometry>
        </mxCell>
-         <mxCell id="-5EN979a6P4eX3SqTBvW-92" parent="1" style="shape=rhombus;perimeter=rhombusPerimeter;whiteSpace=wrap;html=1;align=center;" value="Assigned" vertex="1">
+         <mxCell id="-5EN979a6P4eX3SqTBvW-92" parent="1" style="shape=rhombus;perimeter=rhombusPerimeter;whiteSpace=wrap;html=1;align=center;" value="Serves" vertex="1">
          <mxGeometry height="60" width="120" x="570" y="560" as="geometry" />
        </mxCell>
        <mxCell id="-5EN979a6P4eX3SqTBvW-97" edge="1" parent="1" source="-5EN979a6P4eX3SqTBvW-95" style="edgeStyle=none;rounded=0;orthogonalLoop=1;jettySize=auto;html=1;exitX=1;exitY=0.5;exitDx=0;exitDy=0;endArrow=none;endFill=0;entryX=0;entryY=0.5;entryDx=0;entryDy=0;" target="-5EN979a6P4eX3SqTBvW-111">
          <mxGeometry relative="1" as="geometry">
            <mxPoint x="1170" y="390" as="targetPoint" />
          </mxGeometry>
        </mxCell>
        <mxCell id="-5EN979a6P4eX3SqTBvW-103" connectable="0" parent="-5EN979a6P4eX3SqTBvW-97" style="edgeLabel;html=1;align=center;verticalAlign=middle;resizable=0;points=[];" value="M" vertex="1">
          <mxGeometry relative="1" x="-0.0821" y="-4" as="geometry">
            <mxPoint x="-1" as="offset" />
          </mxGeometry>
        </mxCell>
-         <mxCell id="-5EN979a6P4eX3SqTBvW-95" parent="1" style="shape=rhombus;perimeter=rhombusPerimeter;whiteSpace=wrap;html=1;align=center;" value="associated" vertex="1">
+         <mxCell id="-5EN979a6P4eX3SqTBvW-95" parent="1" style="shape=rhombus;perimeter=rhombusPerimeter;whiteSpace=wrap;html=1;align=center;" value="Associated" vertex="1">
          <mxGeometry height="60" width="120" x="900" y="360" as="geometry" />
        </mxCell>
        <mxCell id="-5EN979a6P4eX3SqTBvW-98" parent="1" style="shape=rhombus;perimeter=rhombusPerimeter;whiteSpace=wrap;html=1;align=center;" value="Books" vertex="1">
          <mxGeometry height="60" width="120" x="1050" y="250" as="geometry" />
        </mxCell>
        <mxCell id="-5EN979a6P4eX3SqTBvW-100" edge="1" parent="1" source="-5EN979a6P4eX3SqTBvW-98" style="edgeStyle=none;rounded=0;orthogonalLoop=1;jettySize=auto;html=1;exitX=1;exitY=1;exitDx=0;exitDy=0;endArrow=none;endFill=0;" target="-5EN979a6P4eX3SqTBvW-111">
          <mxGeometry relative="1" as="geometry">
            <mxPoint x="1188.0000000000005" y="367.8000000000002" as="targetPoint" />
          </mxGeometry>
        </mxCell>
        <mxCell id="-5EN979a6P4eX3SqTBvW-108" connectable="0" parent="-5EN979a6P4eX3SqTBvW-100" style="edgeLabel;html=1;align=center;verticalAlign=middle;resizable=0;points=[];" value="M" vertex="1">
          <mxGeometry relative="1" x="-0.0114" as="geometry">
            <mxPoint as="offset" />
          </mxGeometry>
        </mxCell>
        <mxCell id="-5EN979a6P4eX3SqTBvW-111" parent="1" style="shape=ext;margin=3;double=1;whiteSpace=wrap;html=1;align=center;" value="Booking" vertex="1">
          <mxGeometry height="40" width="100" x="1180" y="370" as="geometry" />
        </mxCell>
        <mxCell id="-5EN979a6P4eX3SqTBvW-112" parent="1" style="ellipse;whiteSpace=wrap;html=1;align=center;" value="&lt;u&gt;seat_number&lt;/u&gt;" vertex="1">
          <mxGeometry height="40" width="100" x="1340" y="380" as="geometry" />
        </mxCell>
      </root>
    </mxGraphModel>
  </diagram>
</mxfile>
